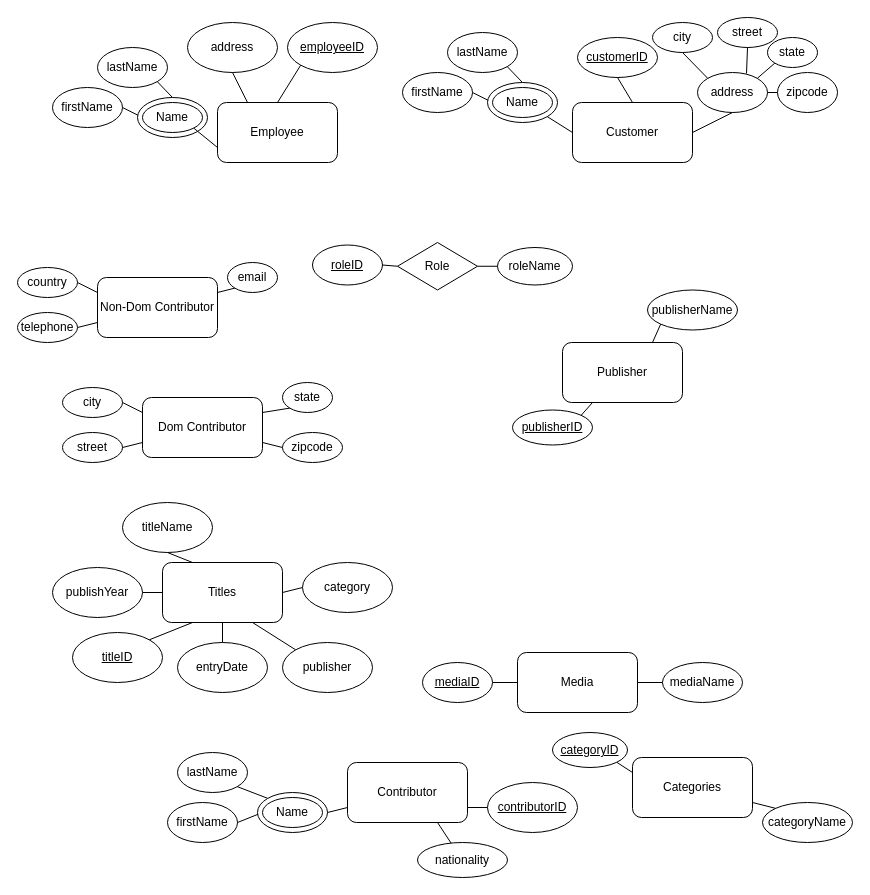
Above: projecteerd.drawio in roning54/database_design (draw.io), before the change. Source tidied: cells renumbered, new cells numbered last; positions are measured from the earlier drawing's top-left corner, leaving out a move shared by most shapes. Both pictures are drawn from the tidied source at 100%, with x=0, y=0 at pixel (17, 17).
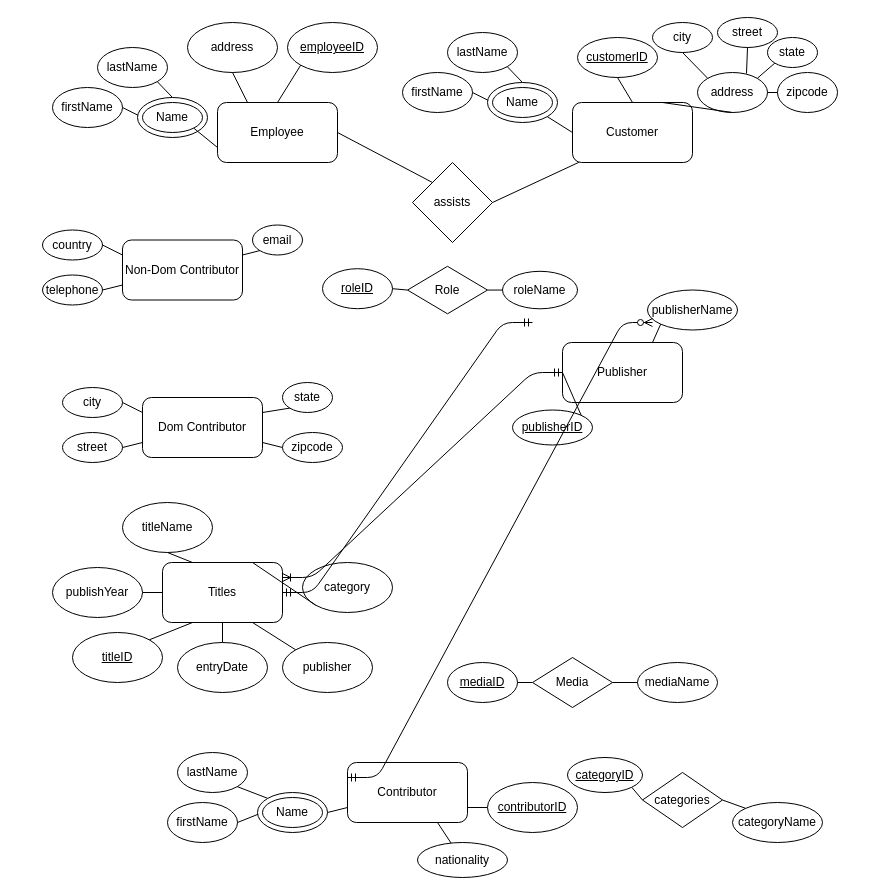
Above is the later version.

The change refers to these unchanged cells:
```xml
<mxCell id="2" value="Employee" style="rounded=1;whiteSpace=wrap;html=1;" parent="1" vertex="1">
  <mxGeometry x="200" y="85" width="120" height="60" as="geometry" />
</mxCell>
<mxCell id="5" value="Customer" style="rounded=1;whiteSpace=wrap;html=1;" parent="1" vertex="1">
  <mxGeometry x="555" y="85" width="120" height="60" as="geometry" />
</mxCell>
<mxCell id="9" value="address" style="ellipse;whiteSpace=wrap;html=1;" parent="1" vertex="1">
  <mxGeometry x="680" y="55" width="70" height="40" as="geometry" />
</mxCell>
<mxCell id="29" value="Titles" style="rounded=1;whiteSpace=wrap;html=1;" parent="1" vertex="1">
  <mxGeometry x="145" y="545" width="120" height="60" as="geometry" />
</mxCell>
<mxCell id="31" value="category" style="ellipse;whiteSpace=wrap;html=1;" parent="1" vertex="1">
  <mxGeometry x="285" y="545" width="90" height="50" as="geometry" />
</mxCell>
<mxCell id="42" value="Contributor" style="rounded=1;whiteSpace=wrap;html=1;" parent="1" vertex="1">
  <mxGeometry x="330" y="745" width="120" height="60" as="geometry" />
</mxCell>
<mxCell id="61" value="Publisher" style="rounded=1;whiteSpace=wrap;html=1;" parent="1" vertex="1">
  <mxGeometry x="545" y="325" width="120" height="60" as="geometry" />
</mxCell>
<mxCell id="63" value="&lt;u&gt;publisherID&lt;/u&gt;" style="ellipse;whiteSpace=wrap;html=1;" parent="1" vertex="1">
  <mxGeometry x="495" y="392.5" width="80" height="35" as="geometry" />
</mxCell>
```

What changed in the source:
```diff
@@
-    <mxCell id="23" style="endArrow=none;html=1;entryX=1;entryY=0.5;entryDx=0;entryDy=0;exitX=0.5;exitY=1;exitDx=0;exitDy=0;" parent="1" edge="1" source="9" target="5">
+    <mxCell id="23" style="endArrow=none;html=1;entryX=0.75;entryY=0;entryDx=0;entryDy=0;exitX=0.5;exitY=1;exitDx=0;exitDy=0;" parent="1" edge="1" source="9" target="5">
       <mxGeometry relative="1" as="geometry" />
     </mxCell>
-    <mxCell id="24" value="Media" style="rounded=1;whiteSpace=wrap;html=1;" parent="1" vertex="1">
-      <mxGeometry x="500" y="635" width="120" height="60" as="geometry" />
-    </mxCell>
     <mxCell id="25" value="&lt;u&gt;mediaID&lt;/u&gt;" style="ellipse;whiteSpace=wrap;html=1;" parent="1" vertex="1">
-      <mxGeometry x="405" y="645" width="70" height="40" as="geometry" />
+      <mxGeometry x="430" y="645" width="70" height="40" as="geometry" />
     </mxCell>
     <mxCell id="26" value="mediaName" style="ellipse;whiteSpace=wrap;html=1;" parent="1" vertex="1">
-      <mxGeometry x="645" y="645" width="80" height="40" as="geometry" />
+      <mxGeometry x="620" y="645" width="80" height="40" as="geometry" />
     </mxCell>
@@
-    <mxCell id="36" style="endArrow=none;html=1;entryX=1;entryY=0.5;entryDx=0;entryDy=0;exitX=0;exitY=0.5;exitDx=0;exitDy=0;" parent="1" edge="1" source="31" target="29">
+    <mxCell id="36" style="endArrow=none;html=1;entryX=0.75;entryY=0;entryDx=0;entryDy=0;exitX=0;exitY=1;exitDx=0;exitDy=0;" parent="1" edge="1" source="31" target="29">
       <mxGeometry relative="1" as="geometry" />
     </mxCell>
@@
     <mxCell id="47" value="&lt;u&gt;roleID&lt;/u&gt;" style="ellipse;whiteSpace=wrap;html=1;" parent="1" vertex="1">
-      <mxGeometry x="295" y="227.5" width="70" height="40" as="geometry" />
+      <mxGeometry x="305" y="251.2" width="70" height="40" as="geometry" />
     </mxCell>
     <mxCell id="48" value="&lt;div&gt;roleName&lt;/div&gt;" style="ellipse;whiteSpace=wrap;html=1;" parent="1" vertex="1">
-      <mxGeometry x="480" y="230" width="75" height="37.5" as="geometry" />
+      <mxGeometry x="485" y="253.8" width="75" height="37.5" as="geometry" />
     </mxCell>
@@
-    <mxCell id="60" value="Categories" style="rounded=1;whiteSpace=wrap;html=1;" parent="1" vertex="1">
-      <mxGeometry x="615" y="740" width="120" height="60" as="geometry" />
-    </mxCell>
@@
-    <mxCell id="65" style="endArrow=none;html=1;exitX=1;exitY=0;exitDx=0;exitDy=0;entryX=0.25;entryY=1;entryDx=0;entryDy=0;" parent="1" edge="1" source="63" target="61">
+    <mxCell id="65" style="endArrow=none;html=1;exitX=1;exitY=0;exitDx=0;exitDy=0;entryX=0;entryY=0.5;entryDx=0;entryDy=0;" parent="1" edge="1" source="63" target="61">
       <mxGeometry relative="1" as="geometry" />
     </mxCell>
     <mxCell id="66" value="&lt;u&gt;categoryID&lt;/u&gt;" style="ellipse;whiteSpace=wrap;html=1;" parent="1" vertex="1">
-      <mxGeometry x="535" y="715" width="75" height="35" as="geometry" />
+      <mxGeometry x="550" y="740" width="75" height="35" as="geometry" />
     </mxCell>
     <mxCell id="67" value="categoryName" style="ellipse;whiteSpace=wrap;html=1;" parent="1" vertex="1">
-      <mxGeometry x="745" y="785" width="90" height="40" as="geometry" />
+      <mxGeometry x="715" y="785" width="90" height="40" as="geometry" />
     </mxCell>
-    <mxCell id="68" style="endArrow=none;html=1;entryX=0;entryY=0;entryDx=0;entryDy=0;exitX=1;exitY=0.75;exitDx=0;exitDy=0;" parent="1" edge="1" source="60" target="67">
+    <mxCell id="68" style="endArrow=none;html=1;entryX=0;entryY=0;entryDx=0;entryDy=0;exitX=1;exitY=0.5;exitDx=0;exitDy=0;" parent="1" edge="1" source="101" target="67">
       <mxGeometry relative="1" as="geometry" />
     </mxCell>
-    <mxCell id="69" style="endArrow=none;html=1;exitX=1;exitY=1;exitDx=0;exitDy=0;entryX=0;entryY=0.25;entryDx=0;entryDy=0;" parent="1" edge="1" source="66" target="60">
+    <mxCell id="69" style="endArrow=none;html=1;exitX=1;exitY=1;exitDx=0;exitDy=0;entryX=0;entryY=0.5;entryDx=0;entryDy=0;" parent="1" edge="1" source="66" target="101">
       <mxGeometry relative="1" as="geometry" />
     </mxCell>
     <mxCell id="70" value="Non-Dom Contributor" style="rounded=1;whiteSpace=wrap;html=1;" parent="1" vertex="1">
-      <mxGeometry x="80" y="260" width="120" height="60" as="geometry" />
+      <mxGeometry x="105" y="222.5" width="120" height="60" as="geometry" />
     </mxCell>
     <mxCell id="71" value="telephone" style="ellipse;whiteSpace=wrap;html=1;" parent="1" vertex="1">
-      <mxGeometry y="295" width="60" height="30" as="geometry" />
+      <mxGeometry x="25" y="257.5" width="60" height="30" as="geometry" />
     </mxCell>
     <mxCell id="72" value="country" style="ellipse;whiteSpace=wrap;html=1;" parent="1" vertex="1">
-      <mxGeometry y="250" width="60" height="30" as="geometry" />
+      <mxGeometry x="25" y="212.5" width="60" height="30" as="geometry" />
     </mxCell>
     <mxCell id="73" value="email" style="ellipse;whiteSpace=wrap;html=1;" parent="1" vertex="1">
-      <mxGeometry x="210" y="245" width="50" height="30" as="geometry" />
+      <mxGeometry x="235" y="207.5" width="50" height="30" as="geometry" />
     </mxCell>
@@
+    <mxCell id="95" style="edgeStyle=entityRelationEdgeStyle;fontSize=12;html=1;endArrow=ERmandOne;startArrow=ERmandOne;entryX=0;entryY=0.5;entryDx=0;entryDy=0;exitX=1;exitY=0.5;exitDx=0;exitDy=0;" parent="1" edge="1" source="29">
+      <mxGeometry relative="1" as="geometry">
+        <mxPoint x="515" y="305" as="targetPoint" />
+      </mxGeometry>
+    </mxCell>
     <mxCell id="77" value="Role" style="rhombus;whiteSpace=wrap;html=1;" parent="1" vertex="1">
-      <mxGeometry x="380" y="225" width="80" height="47.5" as="geometry" />
+      <mxGeometry x="390" y="248.8" width="80" height="47.5" as="geometry" />
     </mxCell>
+    <mxCell id="96" style="edgeStyle=entityRelationEdgeStyle;fontSize=12;html=1;endArrow=ERoneToMany;startArrow=ERmandOne;entryX=1;entryY=0.25;entryDx=0;entryDy=0;" parent="1" edge="1" source="61" target="29">
+      <mxGeometry relative="1" as="geometry" />
+    </mxCell>
@@
+    <mxCell id="97" style="edgeStyle=entityRelationEdgeStyle;fontSize=12;html=1;endArrow=ERzeroToMany;startArrow=ERmandOne;entryX=1;entryY=0.75;entryDx=0;entryDy=0;exitX=0;exitY=0.25;exitDx=0;exitDy=0;" parent="1" edge="1" source="42">
+      <mxGeometry relative="1" as="geometry">
+        <mxPoint x="635" y="305" as="targetPoint" />
+      </mxGeometry>
+    </mxCell>
@@
+    <mxCell id="98" value="assists" style="rhombus;whiteSpace=wrap;html=1;" parent="1" vertex="1">
+      <mxGeometry x="395" y="145" width="80" height="80" as="geometry" />
+    </mxCell>
@@
+    <mxCell id="99" style="endArrow=none;html=1;exitX=1;exitY=0.5;exitDx=0;exitDy=0;entryX=0.053;entryY=0.997;entryDx=0;entryDy=0;entryPerimeter=0;" parent="1" edge="1" source="98" target="5">
+      <mxGeometry relative="1" as="geometry" />
+    </mxCell>
@@
+    <mxCell id="100" style="endArrow=none;html=1;exitX=1;exitY=0.5;exitDx=0;exitDy=0;entryX=0;entryY=0;entryDx=0;entryDy=0;" parent="1" edge="1" source="2" target="98">
+      <mxGeometry relative="1" as="geometry" />
+    </mxCell>
@@
+    <mxCell id="24" value="Media" style="rhombus;whiteSpace=wrap;html=1;" parent="1" vertex="1">
+      <mxGeometry x="515" y="640" width="80" height="50" as="geometry" />
+    </mxCell>
+    <mxCell id="101" value="categories" style="rhombus;whiteSpace=wrap;html=1;" parent="1" vertex="1">
+      <mxGeometry x="625" y="755" width="80" height="55" as="geometry" />
+    </mxCell>
```
